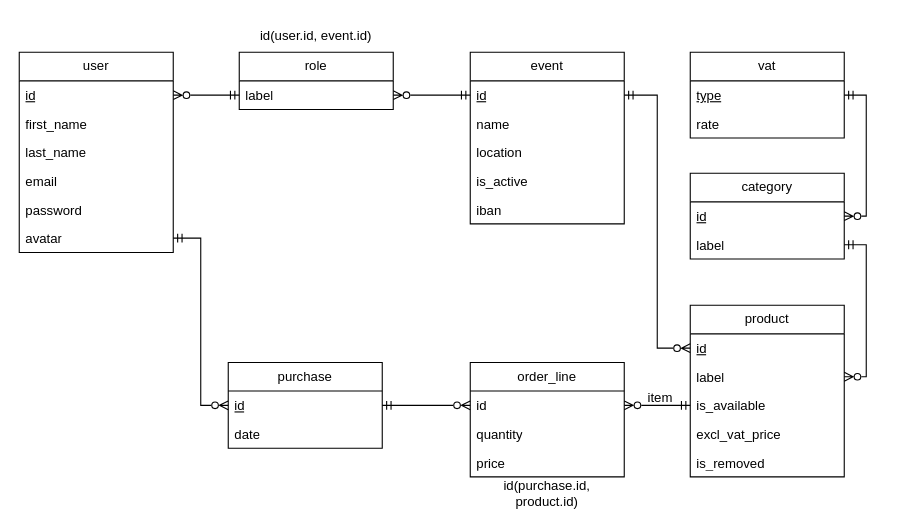
Above: database/docs/entity-relationship-diagram.drawio in maxoux53/smartkiosk (draw.io), before the change. Source tidied: cells renumbered, new cells numbered last; positions are measured from the earlier drawing's top-left corner, leaving out a move shared by most shapes. Both pictures are drawn from the tidied source at 110%, with x=0, y=0 at pixel (19, 19).
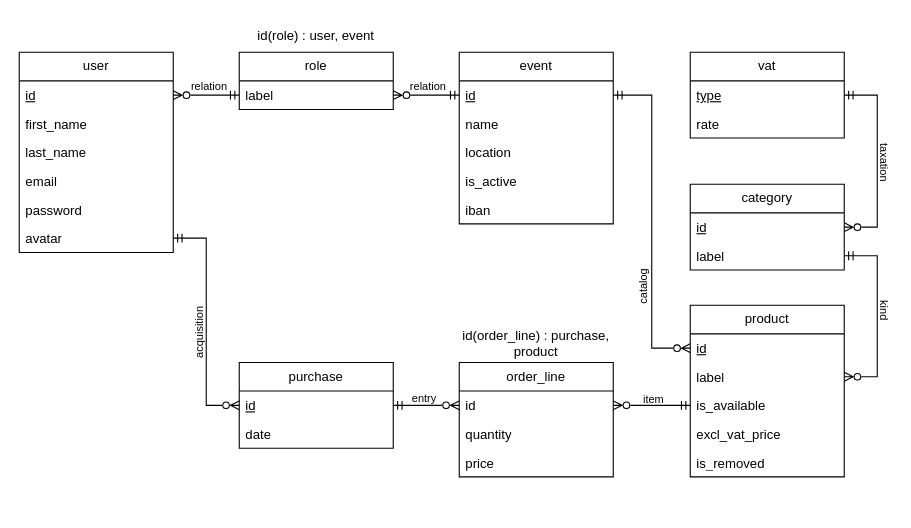
Above is the later version.

Commit message (it also covers changes not shown here):
docs: improve db diagram + typo in readme

Unchanged cells that the change refers to:
```xml
<mxCell id="26" value="label" style="text;strokeColor=none;fillColor=none;align=left;verticalAlign=top;spacingLeft=4;spacingRight=4;overflow=hidden;points=[[0,0.5],[1,0.5]];portConstraint=eastwest;whiteSpace=wrap;html=1;" parent="24" vertex="1">
  <mxGeometry y="52" width="140" height="26" as="geometry" />
</mxCell>
<mxCell id="31" value="id" style="text;strokeColor=none;fillColor=none;align=left;verticalAlign=top;spacingLeft=4;spacingRight=4;overflow=hidden;points=[[0,0.5],[1,0.5]];portConstraint=eastwest;whiteSpace=wrap;html=1;fontStyle=4;" parent="30" vertex="1">
  <mxGeometry y="26" width="140" height="26" as="geometry" />
</mxCell>
<mxCell id="32" value="label" style="text;strokeColor=none;fillColor=none;align=left;verticalAlign=top;spacingLeft=4;spacingRight=4;overflow=hidden;points=[[0,0.5],[1,0.5]];portConstraint=eastwest;whiteSpace=wrap;html=1;" parent="30" vertex="1">
  <mxGeometry y="52" width="140" height="26" as="geometry" />
</mxCell>
<mxCell id="34" value="type" style="text;strokeColor=none;fillColor=none;align=left;verticalAlign=top;spacingLeft=4;spacingRight=4;overflow=hidden;points=[[0,0.5],[1,0.5]];portConstraint=eastwest;whiteSpace=wrap;html=1;fontStyle=4;" parent="33" vertex="1">
  <mxGeometry y="26" width="140" height="26" as="geometry" />
</mxCell>
```

Diff of the diagram source:
```diff
@@
-    <mxCell id="9" value="role" style="swimlane;fontStyle=0;horizontal=1;startSize=26;fillColor=none;whiteSpace=wrap;html=1;" parent="1" vertex="1">
-      <mxGeometry x="200" y="30" width="140" height="52" as="geometry" />
-    </mxCell>
-    <mxCell id="10" value="label" style="text;strokeColor=none;fillColor=none;align=left;verticalAlign=top;spacingLeft=4;spacingRight=4;overflow=hidden;points=[[0,0.5],[1,0.5]];portConstraint=eastwest;whiteSpace=wrap;html=1;fontStyle=0;" parent="9" vertex="1">
-      <mxGeometry y="26" width="140" height="26" as="geometry" />
-    </mxCell>
     <mxCell id="11" value="event" style="swimlane;fontStyle=0;horizontal=1;startSize=26;fillColor=none;whiteSpace=wrap;html=1;" parent="1" vertex="1">
-      <mxGeometry x="410" y="30" width="140" height="156" as="geometry" />
+      <mxGeometry x="400" y="30" width="140" height="156" as="geometry" />
     </mxCell>
@@
-    <mxCell id="17" value="order_line" style="swimlane;fontStyle=0;horizontal=1;startSize=26;fillColor=none;whiteSpace=wrap;html=1;" parent="1" vertex="1">
-      <mxGeometry x="410" y="312" width="140" height="104" as="geometry" />
-    </mxCell>
-    <mxCell id="18" value="id" style="text;strokeColor=none;fillColor=none;align=left;verticalAlign=top;spacingLeft=4;spacingRight=4;overflow=hidden;points=[[0,0.5],[1,0.5]];portConstraint=eastwest;whiteSpace=wrap;html=1;fontStyle=0;" parent="17" vertex="1">
-      <mxGeometry y="26" width="140" height="26" as="geometry" />
-    </mxCell>
-    <mxCell id="19" value="quantity" style="text;strokeColor=none;fillColor=none;align=left;verticalAlign=top;spacingLeft=4;spacingRight=4;overflow=hidden;whiteSpace=wrap;html=1;" parent="17" vertex="1">
-      <mxGeometry y="52" width="140" height="26" as="geometry" />
-    </mxCell>
-    <mxCell id="20" value="price" style="text;strokeColor=none;fillColor=none;align=left;verticalAlign=top;spacingLeft=4;spacingRight=4;overflow=hidden;whiteSpace=wrap;html=1;" parent="17" vertex="1">
-      <mxGeometry y="78" width="140" height="26" as="geometry" />
-    </mxCell>
     <mxCell id="21" value="purchase" style="swimlane;fontStyle=0;horizontal=1;startSize=26;fillColor=none;whiteSpace=wrap;html=1;" parent="1" vertex="1">
-      <mxGeometry x="190" y="312" width="140" height="78" as="geometry" />
+      <mxGeometry x="200" y="312" width="140" height="78" as="geometry" />
     </mxCell>
@@
     <mxCell id="30" value="category" style="swimlane;fontStyle=0;horizontal=1;startSize=26;fillColor=none;whiteSpace=wrap;html=1;" parent="1" vertex="1">
-      <mxGeometry x="610" y="140" width="140" height="78" as="geometry" />
+      <mxGeometry x="610" y="150" width="140" height="78" as="geometry" />
     </mxCell>
@@
-    <mxCell id="38" value="id(user.id, event.id)" style="text;html=1;align=center;verticalAlign=middle;whiteSpace=wrap;rounded=0;" parent="1" vertex="1">
-      <mxGeometry x="215" width="110" height="30" as="geometry" />
-    </mxCell>
@@
     <mxCell id="40" style="edgeStyle=orthogonalEdgeStyle;rounded=0;jettySize=auto;html=1;exitX=1;exitY=0.5;exitDx=0;exitDy=0;entryX=1;entryY=0.5;entryDx=0;entryDy=0;endArrow=ERmandOne;endFill=0;startArrow=ERzeroToMany;startFill=0;" parent="1" edge="1" source="26" target="32">
-      <mxGeometry relative="1" as="geometry" />
+      <mxGeometry relative="1" as="geometry">
+        <Array as="points">
+          <mxPoint x="780" y="325" />
+          <mxPoint x="780" y="215" />
+        </Array>
+      </mxGeometry>
     </mxCell>
     <mxCell id="41" style="edgeStyle=orthogonalEdgeStyle;rounded=0;jettySize=auto;html=1;exitX=1;exitY=0.5;exitDx=0;exitDy=0;entryX=1;entryY=0.5;entryDx=0;entryDy=0;startArrow=ERzeroToMany;startFill=0;endArrow=ERmandOne;endFill=0;" parent="1" edge="1" source="31" target="34">
-      <mxGeometry relative="1" as="geometry" />
+      <mxGeometry relative="1" as="geometry">
+        <Array as="points">
+          <mxPoint x="780" y="189" />
+          <mxPoint x="780" y="69" />
+        </Array>
+      </mxGeometry>
     </mxCell>
@@
+    <mxCell id="46" value="item" style="text;html=1;align=center;verticalAlign=middle;whiteSpace=wrap;rounded=0;fontSize=10;" parent="1" vertex="1">
+      <mxGeometry x="567" y="340" width="20" height="10" as="geometry" />
+    </mxCell>
+    <mxCell id="47" style="group;" parent="1" vertex="1">
+      <mxGeometry x="400" y="280" width="140" height="136" as="geometry" />
+    </mxCell>
+    <mxCell id="17" value="order_line" style="swimlane;fontStyle=0;horizontal=1;startSize=26;fillColor=none;whiteSpace=wrap;html=1;" parent="47" vertex="1">
+      <mxGeometry y="32" width="140" height="104" as="geometry" />
+    </mxCell>
+    <mxCell id="18" value="id" style="text;strokeColor=none;fillColor=none;align=left;verticalAlign=top;spacingLeft=4;spacingRight=4;overflow=hidden;points=[[0,0.5],[1,0.5]];portConstraint=eastwest;whiteSpace=wrap;html=1;fontStyle=0;" parent="17" vertex="1">
+      <mxGeometry y="26" width="140" height="26" as="geometry" />
+    </mxCell>
+    <mxCell id="19" value="quantity" style="text;strokeColor=none;fillColor=none;align=left;verticalAlign=top;spacingLeft=4;spacingRight=4;overflow=hidden;whiteSpace=wrap;html=1;" parent="17" vertex="1">
+      <mxGeometry y="52" width="140" height="26" as="geometry" />
+    </mxCell>
+    <mxCell id="20" value="price" style="text;strokeColor=none;fillColor=none;align=left;verticalAlign=top;spacingLeft=4;spacingRight=4;overflow=hidden;whiteSpace=wrap;html=1;" parent="17" vertex="1">
+      <mxGeometry y="78" width="140" height="26" as="geometry" />
+    </mxCell>
-    <mxCell id="45" value="id(purchase.id, product.id)" style="text;html=1;align=center;verticalAlign=middle;whiteSpace=wrap;rounded=0;" parent="1" vertex="1">
-      <mxGeometry x="425" y="416" width="110" height="30" as="geometry" />
+    <mxCell id="45" value="id(order_line) : purchase, product" style="text;html=1;align=center;verticalAlign=middle;whiteSpace=wrap;rounded=0;" parent="47" vertex="1">
+      <mxGeometry width="140" height="30" as="geometry" />
     </mxCell>
-    <mxCell id="46" value="item" style="text;html=1;align=center;verticalAlign=middle;whiteSpace=wrap;rounded=0;" parent="1" vertex="1">
-      <mxGeometry x="563" y="339" width="40" height="10" as="geometry" />
-    </mxCell>
+    <mxCell id="48" style="group;" parent="1" vertex="1">
+      <mxGeometry x="200" width="140" height="82" as="geometry" />
+    </mxCell>
+    <mxCell id="9" value="role" style="swimlane;fontStyle=0;horizontal=1;startSize=26;fillColor=none;whiteSpace=wrap;html=1;" parent="48" vertex="1">
+      <mxGeometry y="30" width="140" height="52" as="geometry" />
+    </mxCell>
+    <mxCell id="10" value="label" style="text;strokeColor=none;fillColor=none;align=left;verticalAlign=top;spacingLeft=4;spacingRight=4;overflow=hidden;points=[[0,0.5],[1,0.5]];portConstraint=eastwest;whiteSpace=wrap;html=1;fontStyle=0;" parent="9" vertex="1">
+      <mxGeometry y="26" width="140" height="26" as="geometry" />
+    </mxCell>
+    <mxCell id="38" value="id(role) : user, event" style="text;html=1;align=center;verticalAlign=middle;whiteSpace=wrap;rounded=0;" parent="48" vertex="1">
+      <mxGeometry width="140" height="30" as="geometry" />
+    </mxCell>
+    <mxCell id="49" value="acquisition" style="text;html=1;align=center;verticalAlign=middle;whiteSpace=wrap;rounded=0;rotation=-90;fontSize=10;" parent="1" vertex="1">
+      <mxGeometry x="140" y="280" width="46.5" height="10" as="geometry" />
+    </mxCell>
+    <mxCell id="50" value="entry" style="text;html=1;align=center;verticalAlign=middle;whiteSpace=wrap;rounded=0;fontSize=10;" parent="1" vertex="1">
+      <mxGeometry x="356" y="339" width="25" height="10" as="geometry" />
+    </mxCell>
+    <mxCell id="51" value="taxation" style="text;html=1;align=center;verticalAlign=middle;whiteSpace=wrap;rounded=0;fontSize=10;rotation=90;" parent="1" vertex="1">
+      <mxGeometry x="768.5" y="125" width="37" height="10" as="geometry" />
+    </mxCell>
+    <mxCell id="52" value="kind" style="text;html=1;align=center;verticalAlign=middle;whiteSpace=wrap;rounded=0;fontSize=10;rotation=90;" parent="1" vertex="1">
+      <mxGeometry x="777" y="260" width="20" height="10" as="geometry" />
+    </mxCell>
+    <mxCell id="53" value="catalog" style="text;html=1;align=center;verticalAlign=middle;whiteSpace=wrap;rounded=0;fontSize=10;rotation=-90;" parent="1" vertex="1">
+      <mxGeometry x="549" y="238" width="37" height="10" as="geometry" />
+    </mxCell>
+    <mxCell id="54" value="relation" style="text;html=1;align=center;verticalAlign=middle;whiteSpace=wrap;rounded=0;fontSize=10;" parent="1" vertex="1">
+      <mxGeometry x="154.5" y="56" width="36" height="10" as="geometry" />
+    </mxCell>
+    <mxCell id="55" value="relation" style="text;html=1;align=center;verticalAlign=middle;whiteSpace=wrap;rounded=0;fontSize=10;" parent="1" vertex="1">
+      <mxGeometry x="353.5" y="56" width="36" height="10" as="geometry" />
+    </mxCell>
```
